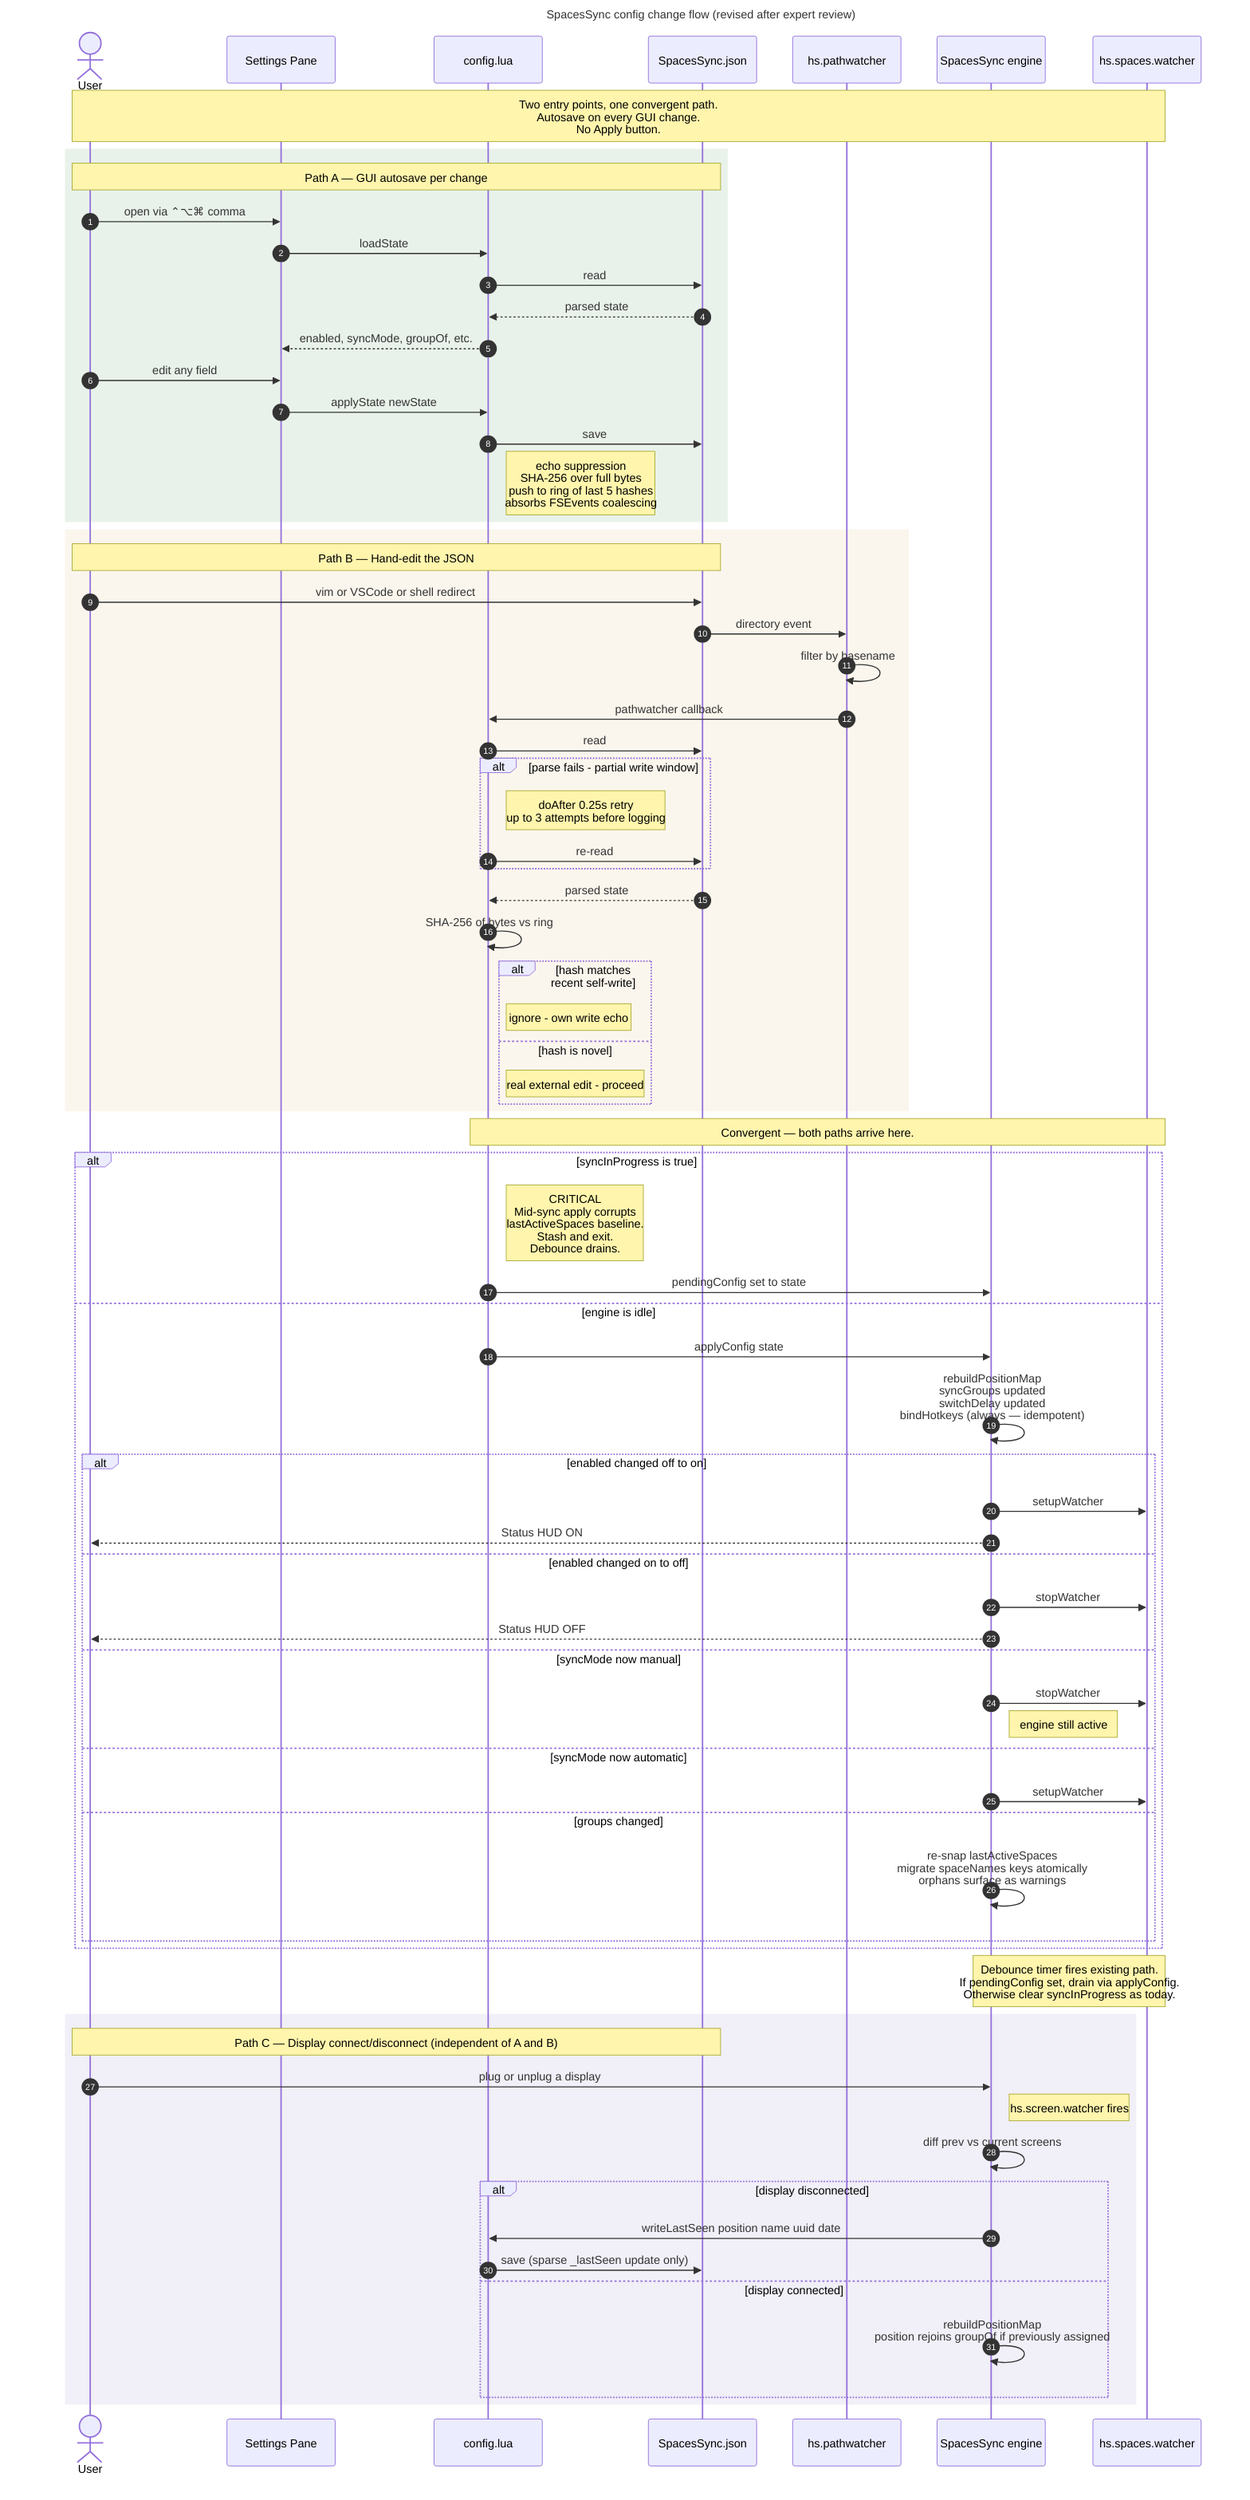
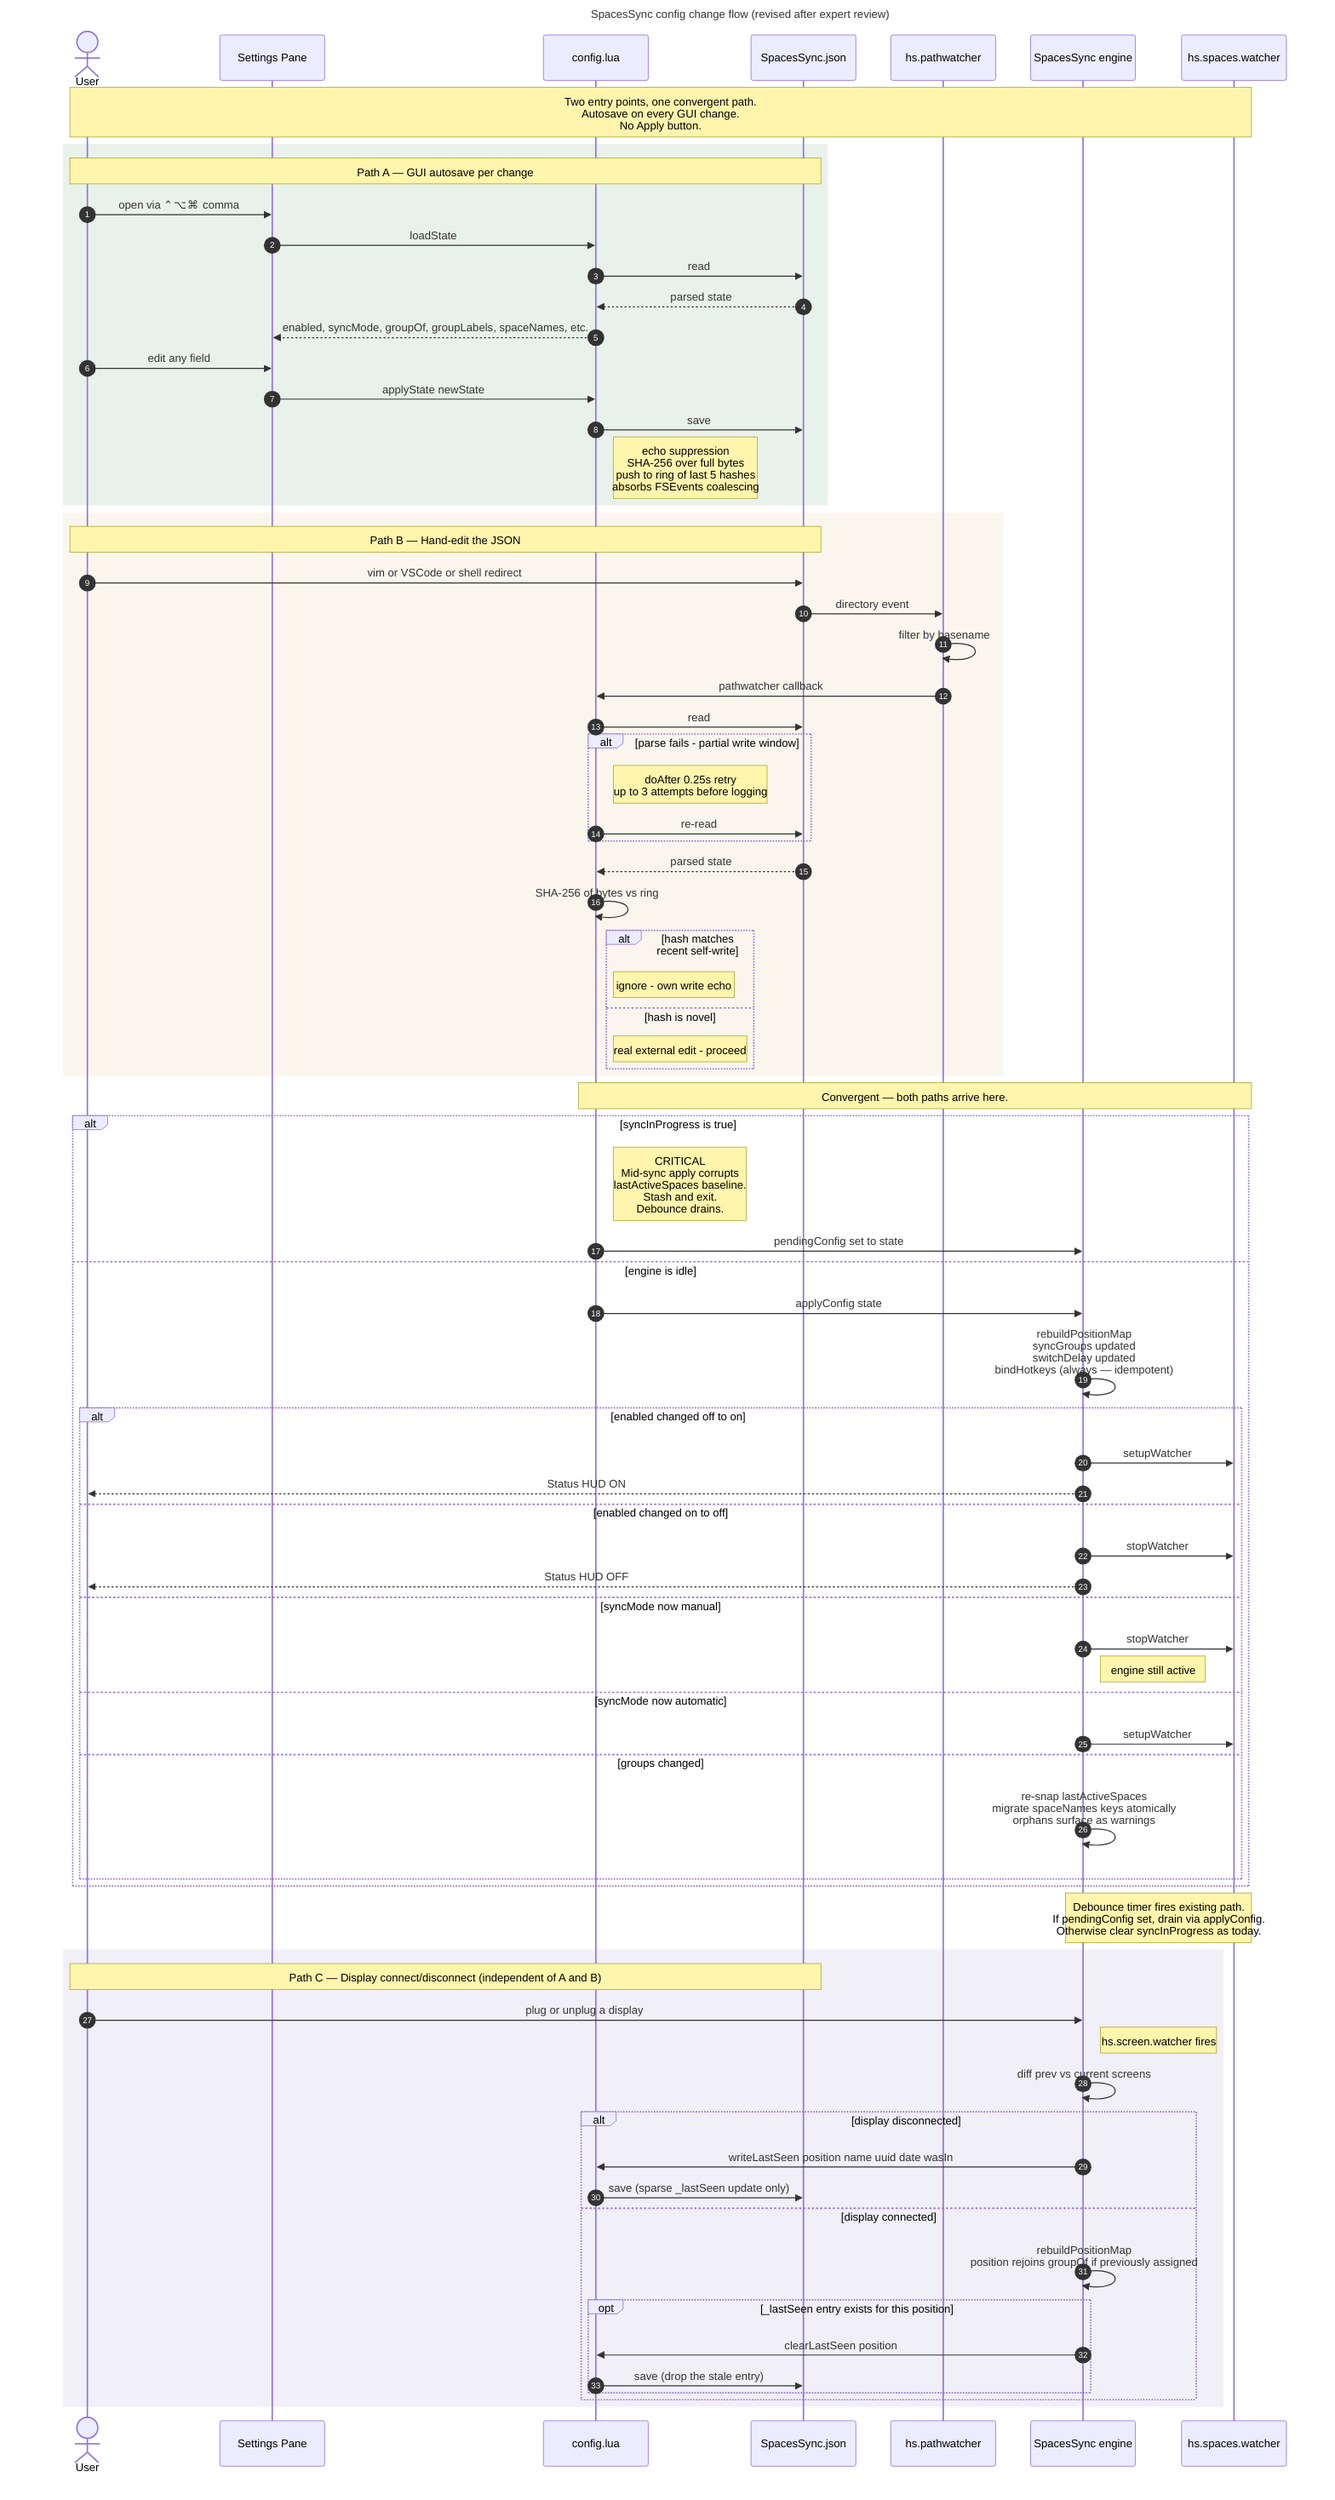
---
title: SpacesSync config change flow (revised after expert review)
---
sequenceDiagram
    autonumber
    actor User
    participant GUI as Settings Pane
    participant Cfg as config.lua
    participant JSON as SpacesSync.json
    participant PW as hs.pathwatcher
    participant Spoon as SpacesSync engine
    participant Watcher as hs.spaces.watcher

    Note over User,Watcher: Two entry points, one convergent path.<br/>Autosave on every GUI change.<br/>No Apply button.

    rect rgba(46,125,50,0.10)
        Note over User,JSON: Path A — GUI autosave per change
        User->>GUI: open via ⌃⌥⌘ comma
        GUI->>Cfg: loadState
        Cfg->>JSON: read
        JSON-->>Cfg: parsed state
-         Cfg-->>GUI: enabled, syncMode, groupOf, etc.
+         Cfg-->>GUI: enabled, syncMode, groupOf, groupLabels, spaceNames, etc.
        User->>GUI: edit any field
        GUI->>Cfg: applyState newState
        Cfg->>JSON: save
        Note right of Cfg: echo suppression<br/>SHA-256 over full bytes<br/>push to ring of last 5 hashes<br/>absorbs FSEvents coalescing
    end

    rect rgba(212,168,83,0.10)
        Note over User,JSON: Path B — Hand-edit the JSON
        User->>JSON: vim or VSCode or shell redirect
        JSON->>PW: directory event
        PW->>PW: filter by basename
        PW->>Cfg: pathwatcher callback
        Cfg->>JSON: read

        alt parse fails - partial write window
            Note right of Cfg: doAfter 0.25s retry<br/>up to 3 attempts before logging
            Cfg->>JSON: re-read
        end

        JSON-->>Cfg: parsed state
        Cfg->>Cfg: SHA-256 of bytes vs ring

        alt hash matches recent self-write
            Note right of Cfg: ignore - own write echo
        else hash is novel
            Note right of Cfg: real external edit - proceed
        end
    end

    Note over Cfg,Watcher: Convergent — both paths arrive here.

    alt syncInProgress is true
        Note right of Cfg: CRITICAL<br/>Mid-sync apply corrupts<br/>lastActiveSpaces baseline.<br/>Stash and exit.<br/>Debounce drains.
        Cfg->>Spoon: pendingConfig set to state
    else engine is idle
        Cfg->>Spoon: applyConfig state
        Spoon->>Spoon: rebuildPositionMap<br/>syncGroups updated<br/>switchDelay updated<br/>bindHotkeys (always — idempotent)

        alt enabled changed off to on
            Spoon->>Watcher: setupWatcher
            Spoon-->>User: Status HUD ON
        else enabled changed on to off
            Spoon->>Watcher: stopWatcher
            Spoon-->>User: Status HUD OFF
        else syncMode now manual
            Spoon->>Watcher: stopWatcher
            Note right of Spoon: engine still active
        else syncMode now automatic
            Spoon->>Watcher: setupWatcher
        else groups changed
            Spoon->>Spoon: re-snap lastActiveSpaces<br/>migrate spaceNames keys atomically<br/>orphans surface as warnings
        end
    end

    Note over Spoon,Watcher: Debounce timer fires existing path.<br/>If pendingConfig set, drain via applyConfig.<br/>Otherwise clear syncInProgress as today.

    rect rgba(120, 100, 180, 0.10)
        Note over User,JSON: Path C — Display connect/disconnect (independent of A and B)
        User->>Spoon: plug or unplug a display
        Note right of Spoon: hs.screen.watcher fires
        Spoon->>Spoon: diff prev vs current screens
        alt display disconnected
-             Spoon->>Cfg: writeLastSeen position name uuid date
+             Spoon->>Cfg: writeLastSeen position name uuid date wasIn
            Cfg->>JSON: save (sparse _lastSeen update only)
        else display connected
            Spoon->>Spoon: rebuildPositionMap<br/>position rejoins groupOf if previously assigned
+             opt _lastSeen entry exists for this position
+                 Spoon->>Cfg: clearLastSeen position
+                 Cfg->>JSON: save (drop the stale entry)
+             end
        end
    end
